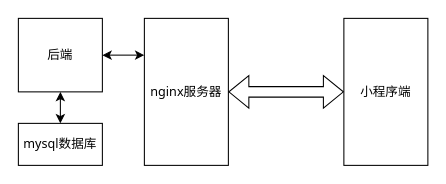
Above: page "Page-1" (1 of 4) of 未命名绘图.drawio in specychicken/drawIO2 (draw.io), before the change. Source tidied: cells renumbered, new cells numbered last; positions are measured from the earlier drawing's top-left corner, leaving out a move shared by most shapes. Both pictures are drawn from the tidied source at 105%, with x=0, y=0 at pixel (18, 18).
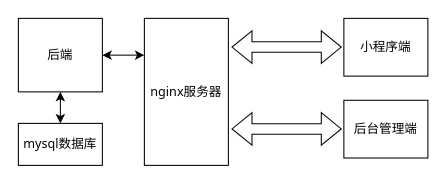
After the change.

Commit message:
更新未命名绘图.drawio

What changed in the source:
```diff
@@
 <mxGraphModel>
   <root>
     <mxCell id="0" />
     <mxCell id="1" parent="0" />
     <mxCell id="2" value="后端" style="whiteSpace=wrap;html=1;fontFamily=Tahoma;" parent="1" vertex="1">
       <mxGeometry width="80" height="70" as="geometry" />
     </mxCell>
     <mxCell id="3" value="小程序端" style="rounded=0;whiteSpace=wrap;html=1;fontFamily=Tahoma;" parent="1" vertex="1">
-      <mxGeometry x="310" width="80" height="140" as="geometry" />
+      <mxGeometry x="310" width="80" height="55" as="geometry" />
     </mxCell>
     <mxCell id="4" value="nginx服务器" style="rounded=0;whiteSpace=wrap;html=1;fontFamily=Tahoma;" parent="1" vertex="1">
       <mxGeometry x="120" width="80" height="140" as="geometry" />
     </mxCell>
     <mxCell id="5" value="mysql数据库" style="whiteSpace=wrap;html=1;fontFamily=Tahoma;" parent="1" vertex="1">
       <mxGeometry y="100" width="80" height="40" as="geometry" />
     </mxCell>
-    <mxCell id="6" style="shape=flexArrow;endArrow=classic;startArrow=classic;html=1;rounded=0;fontFamily=Tahoma;entryX=0;entryY=0.5;entryDx=0;entryDy=0;exitX=1;exitY=0.5;exitDx=0;exitDy=0;" parent="1" edge="1" source="4" target="3">
-      <mxGeometry relative="1" as="geometry" />
+    <mxCell id="6" style="shape=flexArrow;endArrow=classic;startArrow=classic;html=1;rounded=0;fontFamily=Tahoma;" parent="1" edge="1">
+      <mxGeometry relative="1" as="geometry">
+        <mxPoint x="203" y="27.3" as="sourcePoint" />
+        <mxPoint x="308" y="27.3" as="targetPoint" />
+      </mxGeometry>
     </mxCell>
     <mxCell id="7" style="endArrow=classic;startArrow=classic;html=1;rounded=0;fontFamily=Tahoma;entryX=0;entryY=0.25;entryDx=0;entryDy=0;exitX=1;exitY=0.5;exitDx=0;exitDy=0;" parent="1" edge="1" source="2" target="4">
       <mxGeometry relative="1" as="geometry" />
     </mxCell>
     <mxCell id="8" style="endArrow=classic;startArrow=classic;html=1;rounded=0;fontFamily=Tahoma;entryX=0.5;entryY=1;entryDx=0;entryDy=0;exitX=0.5;exitY=0;exitDx=0;exitDy=0;" parent="1" edge="1" source="5" target="2">
       <mxGeometry relative="1" as="geometry" />
     </mxCell>
+    <mxCell id="9" value="后台管理端" style="rounded=0;whiteSpace=wrap;html=1;fontFamily=Tahoma;" parent="1" vertex="1">
+      <mxGeometry x="310" y="78" width="80" height="55" as="geometry" />
+    </mxCell>
+    <mxCell id="10" style="shape=flexArrow;endArrow=classic;startArrow=classic;html=1;rounded=0;fontFamily=Tahoma;" parent="1" edge="1">
+      <mxGeometry relative="1" as="geometry">
+        <mxPoint x="203" y="105.3" as="sourcePoint" />
+        <mxPoint x="308" y="105.3" as="targetPoint" />
+      </mxGeometry>
+    </mxCell>
   </root>
 </mxGraphModel>
```
